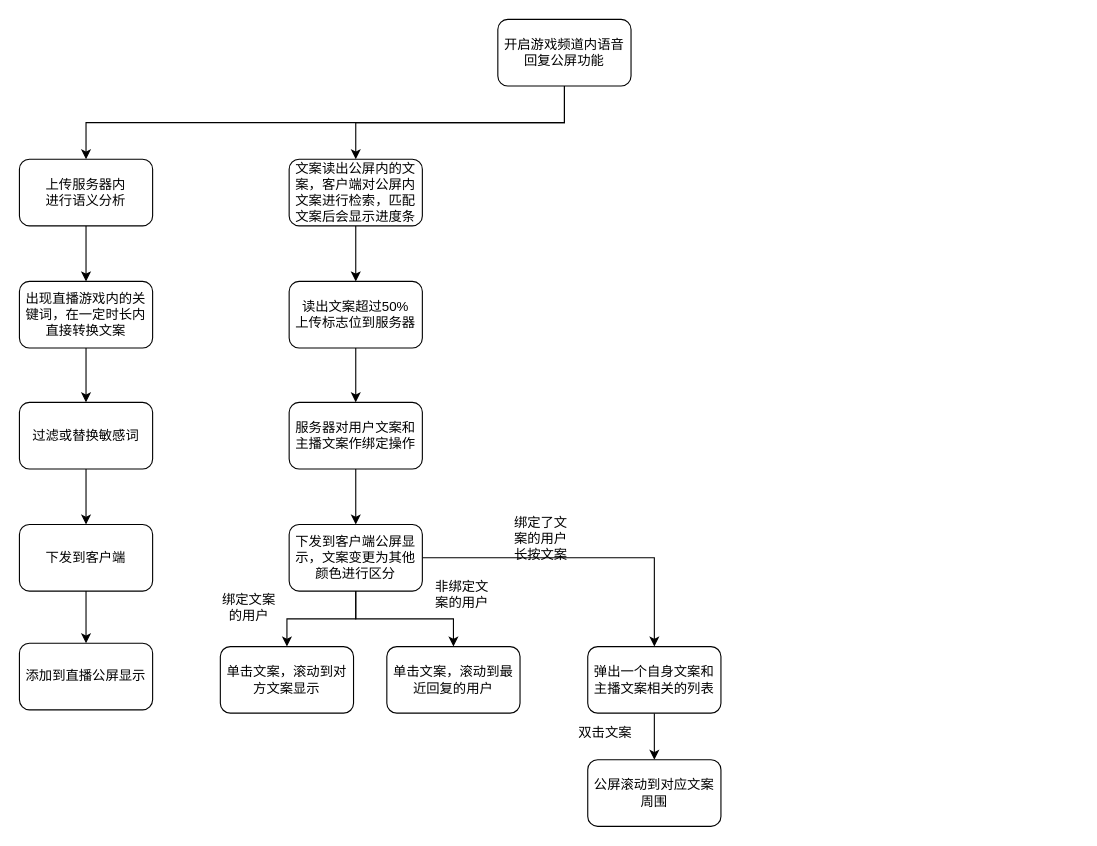
This is 游戏频道公屏.drawio from cangwang/news, a draw.io file, before an edit. Source tidied: cells renumbered, new cells numbered last; positions are measured from the earlier drawing's top-left corner, leaving out a move shared by most shapes. Both pictures are drawn from the tidied source at 111%, with x=0, y=0 at pixel (19, 19).
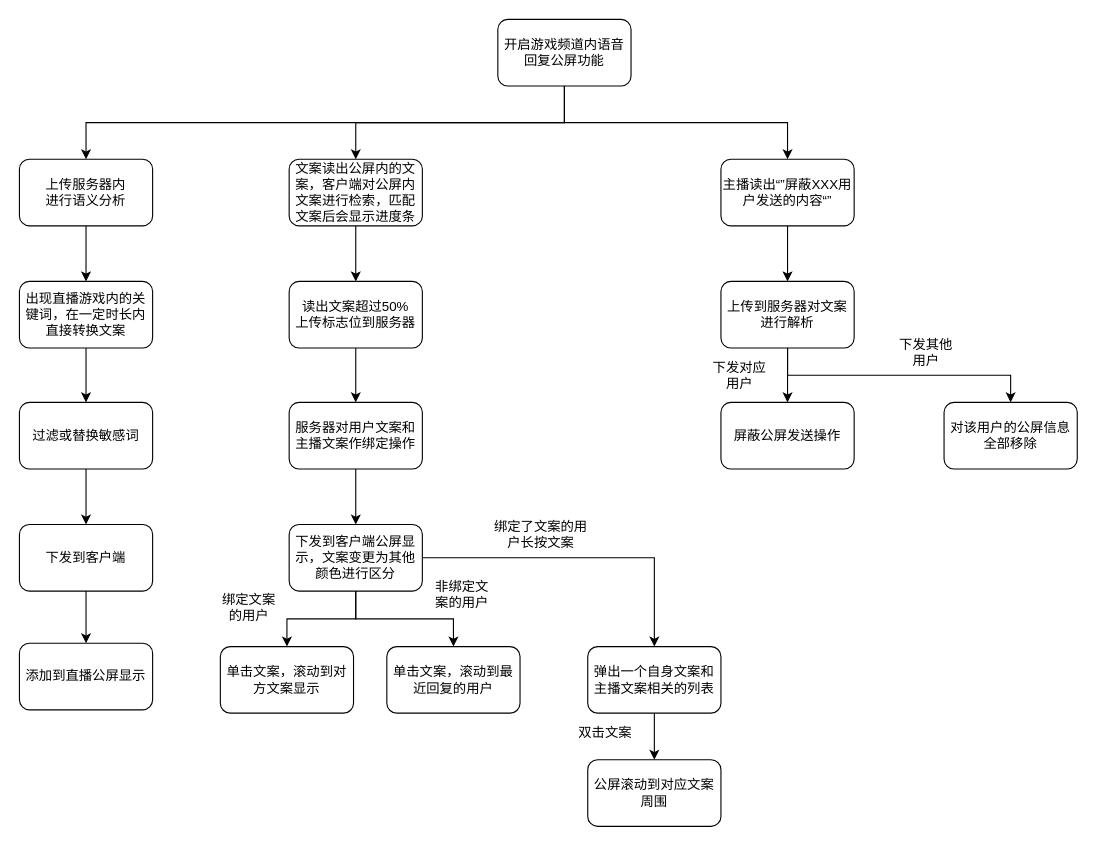
The same page after the edit.

Commit message (it also covers changes not shown here):
Update 游戏频道公屏.drawio

The change refers to these unchanged cells:
```xml
<mxCell id="4" value="开启游戏频道内语音回复公屏功能" style="rounded=1;whiteSpace=wrap;html=1;" parent="1" vertex="1">
  <mxGeometry x="431" width="120" height="60" as="geometry" />
</mxCell>
```

What changed in the source:
```diff
@@
+    <mxCell id="33" style="edgeStyle=orthogonalEdgeStyle;rounded=0;jettySize=auto;html=1;exitX=0.5;exitY=1;exitDx=0;exitDy=0;" parent="1" edge="1" source="4" target="35">
+      <mxGeometry relative="1" as="geometry" />
+    </mxCell>
@@
     <mxCell id="30" value="绑定了文案的用户长按文案" style="text;html=1;strokeColor=none;fillColor=none;align=center;verticalAlign=middle;whiteSpace=wrap;rounded=0;" parent="1" vertex="1">
-      <mxGeometry x="440" y="453" width="60" height="30" as="geometry" />
+      <mxGeometry x="423" y="449" width="94" height="30" as="geometry" />
     </mxCell>
@@
+    <mxCell id="34" style="edgeStyle=orthogonalEdgeStyle;rounded=0;jettySize=auto;html=1;exitX=0.5;exitY=1;exitDx=0;exitDy=0;" parent="1" edge="1" source="35" target="38">
+      <mxGeometry relative="1" as="geometry" />
+    </mxCell>
+    <mxCell id="35" value="主播读出“”屏蔽XXX用户发送的内容“”" style="rounded=1;whiteSpace=wrap;html=1;" parent="1" vertex="1">
+      <mxGeometry x="632" y="126" width="120" height="60" as="geometry" />
+    </mxCell>
+    <mxCell id="36" style="edgeStyle=orthogonalEdgeStyle;rounded=0;jettySize=auto;html=1;exitX=0.5;exitY=1;exitDx=0;exitDy=0;entryX=0.5;entryY=0;entryDx=0;entryDy=0;" parent="1" edge="1" source="38" target="39">
+      <mxGeometry relative="1" as="geometry" />
+    </mxCell>
+    <mxCell id="37" style="edgeStyle=orthogonalEdgeStyle;rounded=0;jettySize=auto;html=1;exitX=0.5;exitY=1;exitDx=0;exitDy=0;" parent="1" edge="1" source="38" target="41">
+      <mxGeometry relative="1" as="geometry" />
+    </mxCell>
+    <mxCell id="38" value="上传到服务器对文案进行解析" style="rounded=1;whiteSpace=wrap;html=1;" parent="1" vertex="1">
+      <mxGeometry x="632" y="236" width="120" height="60" as="geometry" />
+    </mxCell>
+    <mxCell id="39" value="屏蔽公屏发送操作" style="rounded=1;whiteSpace=wrap;html=1;" parent="1" vertex="1">
+      <mxGeometry x="632" y="345" width="120" height="60" as="geometry" />
+    </mxCell>
+    <mxCell id="40" value="下发对应用户" style="text;html=1;strokeColor=none;fillColor=none;align=center;verticalAlign=middle;whiteSpace=wrap;rounded=0;" parent="1" vertex="1">
+      <mxGeometry x="619" y="306" width="60" height="30" as="geometry" />
+    </mxCell>
+    <mxCell id="41" value="对该用户的公屏信息全部移除" style="rounded=1;whiteSpace=wrap;html=1;" parent="1" vertex="1">
+      <mxGeometry x="833" y="345" width="120" height="60" as="geometry" />
+    </mxCell>
+    <mxCell id="42" value="下发其他用户" style="text;html=1;strokeColor=none;fillColor=none;align=center;verticalAlign=middle;whiteSpace=wrap;rounded=0;" parent="1" vertex="1">
+      <mxGeometry x="787" y="285" width="60" height="30" as="geometry" />
+    </mxCell>
```
